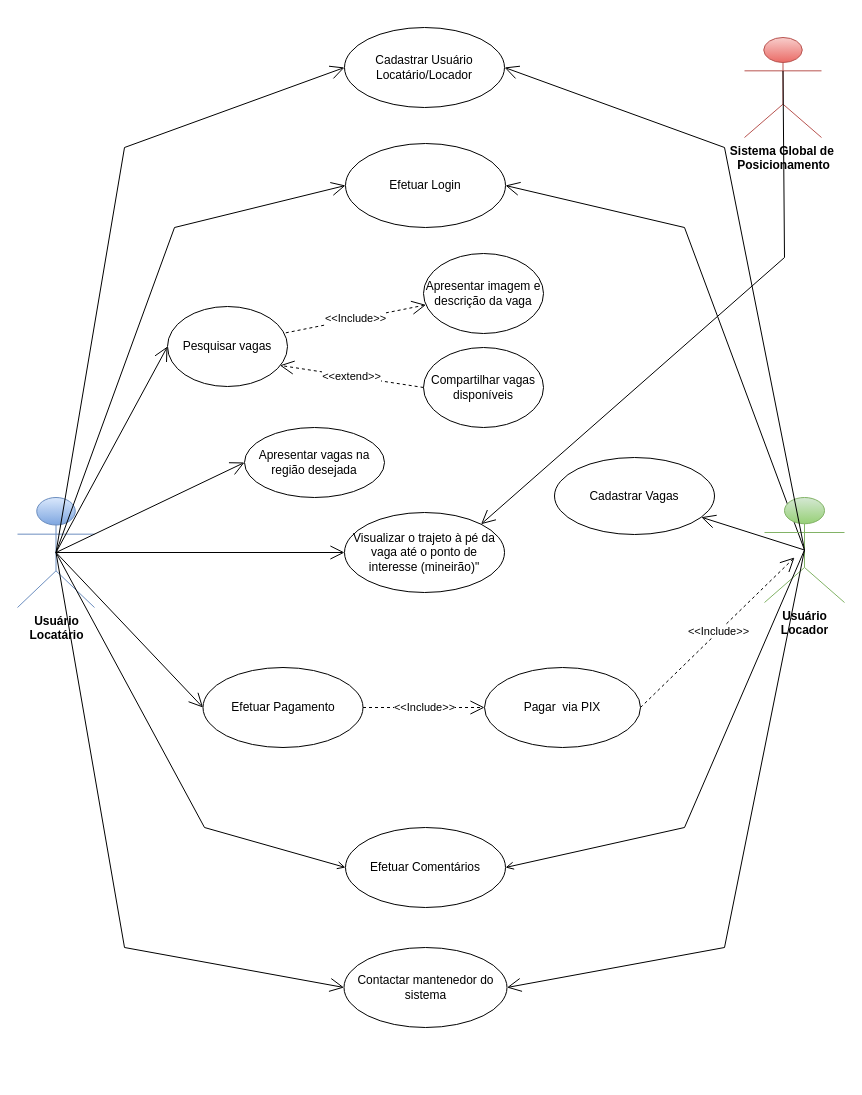
Above: docs/Diagrama/Diagrama Park4You.drawio in ICEI-PUC-Minas-PMV-ADS/pmv-ads-2023-2-e2-proj-int-t3-park4you (draw.io), before the change. Source tidied: cells renumbered, new cells numbered last; positions are measured from the earlier drawing's top-left corner, leaving out a move shared by most shapes. Both pictures are drawn from the tidied source at 100%, with x=0, y=0 at pixel (17, 27).
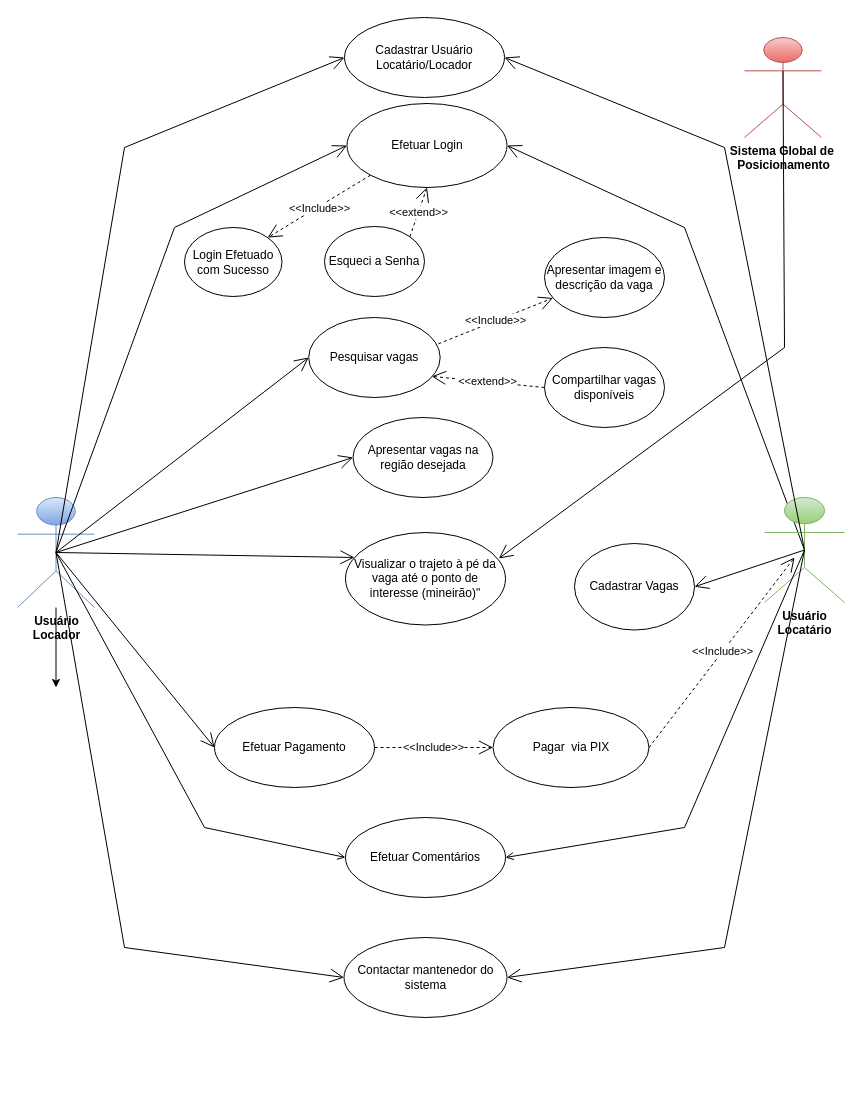
Above is the later version.

Commit message:
Updata Diagrama

The change refers to these unchanged cells:
```xml
<mxCell id="19" value="&lt;b&gt;Sistema Global de&amp;nbsp;&lt;br&gt;Posicionamento&lt;/b&gt;" style="shape=umlActor;verticalLabelPosition=bottom;verticalAlign=top;html=1;fillColor=#f8cecc;strokeColor=#b85450;gradientColor=#ea6b66;" parent="1" vertex="1">
  <mxGeometry x="727" y="10" width="77" height="100" as="geometry" />
</mxCell>
```

The edit, as a diff of the source:
```diff
@@
     <mxCell id="2" style="swimlane;startSize=0;swimlaneLine=1;opacity=0;" parent="1" vertex="1">
-      <mxGeometry x="67" width="680" height="1050" as="geometry" />
+      <mxGeometry x="67" y="-10" width="680" height="1050" as="geometry" />
     </mxCell>
     <mxCell id="3" value="Apresentar vagas na região desejada" style="ellipse;whiteSpace=wrap;html=1;" parent="2" vertex="1">
-      <mxGeometry x="160" y="400" width="140" height="70" as="geometry" />
+      <mxGeometry x="268.5" y="400" width="140" height="80" as="geometry" />
     </mxCell>
     <mxCell id="4" value="Visualizar o trajeto à pé da vaga até o ponto de interesse (mineirão)&quot;" style="ellipse;whiteSpace=wrap;html=1;" parent="2" vertex="1">
-      <mxGeometry x="260" y="485" width="160" height="80" as="geometry" />
+      <mxGeometry x="261" y="515" width="160" height="92.5" as="geometry" />
     </mxCell>
     <mxCell id="5" value="Apresentar imagem e descrição da vaga" style="ellipse;whiteSpace=wrap;html=1;" parent="2" vertex="1">
-      <mxGeometry x="339" y="226" width="120" height="80" as="geometry" />
+      <mxGeometry x="460" y="220" width="120" height="80" as="geometry" />
     </mxCell>
@@
     <mxCell id="8" value="Efetuar Pagamento" style="ellipse;whiteSpace=wrap;html=1;" parent="2" vertex="1">
-      <mxGeometry x="118.5" y="640" width="160" height="80" as="geometry" />
+      <mxGeometry x="130" y="690" width="160" height="80" as="geometry" />
     </mxCell>
     <mxCell id="9" value="Efetuar Login" style="ellipse;whiteSpace=wrap;html=1;" parent="2" vertex="1">
-      <mxGeometry x="261" y="116" width="160" height="84" as="geometry" />
+      <mxGeometry x="262.5" y="86" width="160" height="84" as="geometry" />
     </mxCell>
     <mxCell id="10" value="Compartilhar vagas disponíveis" style="ellipse;whiteSpace=wrap;html=1;" parent="2" vertex="1">
-      <mxGeometry x="339" y="320" width="120" height="80" as="geometry" />
+      <mxGeometry x="460" y="330" width="120" height="80" as="geometry" />
     </mxCell>
     <mxCell id="11" value="Cadastrar Vagas" style="ellipse;whiteSpace=wrap;html=1;" parent="2" vertex="1">
-      <mxGeometry x="470" y="430" width="160" height="77" as="geometry" />
+      <mxGeometry x="490" y="526" width="120" height="86.5" as="geometry" />
     </mxCell>
     <mxCell id="12" value="Pagar&amp;nbsp; via PIX" style="ellipse;whiteSpace=wrap;html=1;" parent="2" vertex="1">
-      <mxGeometry x="400" y="640" width="156" height="80" as="geometry" />
+      <mxGeometry x="408.5" y="690" width="156" height="80" as="geometry" />
     </mxCell>
@@
     <mxCell id="14" value="Pesquisar vagas" style="ellipse;whiteSpace=wrap;html=1;" parent="2" vertex="1">
-      <mxGeometry x="83" y="279" width="120" height="80" as="geometry" />
+      <mxGeometry x="224.2" y="300" width="131.5" height="80" as="geometry" />
     </mxCell>
@@
+    <mxCell id="36" value="Esqueci a Senha" style="ellipse;whiteSpace=wrap;html=1;" parent="2" vertex="1">
+      <mxGeometry x="240" y="209" width="100" height="70" as="geometry" />
+    </mxCell>
+    <mxCell id="37" value="Login Efetuado com Sucesso" style="ellipse;whiteSpace=wrap;html=1;" parent="2" vertex="1">
+      <mxGeometry x="100" y="210" width="97.5" height="69" as="geometry" />
+    </mxCell>
+    <mxCell id="38" value="&amp;lt;&amp;lt;Include&amp;gt;&amp;gt;" style="endArrow=open;endSize=12;dashed=1;html=1;rounded=0;entryX=1;entryY=0;entryDx=0;entryDy=0;exitX=0;exitY=1;exitDx=0;exitDy=0;" parent="2" edge="1" source="9" target="37">
+      <mxGeometry x="0.01" y="2" relative="1" as="geometry" />
+    </mxCell>
+    <mxCell id="39" value="&amp;lt;&amp;lt;extend&amp;gt;&amp;gt;" style="endArrow=open;endSize=12;dashed=1;html=1;rounded=0;exitX=1;exitY=0;exitDx=0;exitDy=0;entryX=0.5;entryY=1;entryDx=0;entryDy=0;" parent="2" edge="1" source="36" target="9">
+      <mxGeometry relative="1" as="geometry" />
+    </mxCell>
+    <mxCell id="40" style="edgeStyle=none;html=1;" parent="1" edge="1" source="18">
+      <mxGeometry relative="1" as="geometry">
+        <mxPoint x="38.5" y="660" as="targetPoint" />
+      </mxGeometry>
+    </mxCell>
-    <mxCell id="18" value="Usuário &lt;br&gt;Locatário" style="shape=umlActor;verticalLabelPosition=bottom;verticalAlign=top;html=1;outlineConnect=0;fillColor=#dae8fc;strokeColor=#6c8ebf;fontStyle=1;gradientColor=#7ea6e0;" parent="1" vertex="1">
+    <mxCell id="18" value="Usuário &lt;br&gt;Locador" style="shape=umlActor;verticalLabelPosition=bottom;verticalAlign=top;html=1;outlineConnect=0;fillColor=#dae8fc;strokeColor=#6c8ebf;fontStyle=1;gradientColor=#7ea6e0;" parent="1" vertex="1">
       <mxGeometry y="470" width="77" height="110" as="geometry" />
     </mxCell>
@@
-    <mxCell id="23" style="endArrow=open;endFill=1;endSize=12;html=1;rounded=0;exitX=0.5;exitY=0.5;exitDx=0;exitDy=0;exitPerimeter=0;" parent="1" edge="1" source="18" target="4">
+    <mxCell id="23" style="endArrow=open;endFill=1;endSize=12;html=1;rounded=0;exitX=0.5;exitY=0.5;exitDx=0;exitDy=0;exitPerimeter=0;entryX=0.056;entryY=0.27;entryDx=0;entryDy=0;entryPerimeter=0;" parent="1" edge="1" source="18" target="4">
       <mxGeometry relative="1" as="geometry" />
     </mxCell>
@@
-    <mxCell id="25" style="endArrow=open;endFill=1;endSize=12;html=1;rounded=0;entryX=1;entryY=0;entryDx=0;entryDy=0;exitX=0.5;exitY=0.334;exitDx=0;exitDy=0;exitPerimeter=0;" parent="1" edge="1" source="19" target="4">
+    <mxCell id="25" style="endArrow=open;endFill=1;endSize=12;html=1;rounded=0;entryX=0.958;entryY=0.281;entryDx=0;entryDy=0;exitX=0.5;exitY=0.334;exitDx=0;exitDy=0;exitPerimeter=0;entryPerimeter=0;" parent="1" edge="1" source="19" target="4">
       <mxGeometry relative="1" as="geometry">
         <Array as="points">
-          <mxPoint x="767" y="230" />
+          <mxPoint x="767" y="320" />
         </Array>
       </mxGeometry>
     </mxCell>
@@
-    <mxCell id="30" value="Usuário&lt;br&gt;Locador" style="shape=umlActor;verticalLabelPosition=bottom;verticalAlign=top;html=1;outlineConnect=0;fillColor=#d5e8d4;strokeColor=#82b366;fontStyle=1;gradientColor=#97d077;" parent="1" vertex="1">
+    <mxCell id="30" value="Usuário&lt;br&gt;Locatário" style="shape=umlActor;verticalLabelPosition=bottom;verticalAlign=top;html=1;outlineConnect=0;fillColor=#d5e8d4;strokeColor=#82b366;fontStyle=1;gradientColor=#97d077;" parent="1" vertex="1">
       <mxGeometry x="747" y="470" width="80" height="105" as="geometry" />
     </mxCell>
-    <mxCell id="31" style="endArrow=open;endFill=1;endSize=12;html=1;rounded=0;exitX=0.5;exitY=0.5;exitDx=0;exitDy=0;exitPerimeter=0;" parent="1" edge="1" source="30" target="11">
+    <mxCell id="31" style="endArrow=open;endFill=1;endSize=12;html=1;rounded=0;exitX=0.5;exitY=0.5;exitDx=0;exitDy=0;exitPerimeter=0;entryX=1;entryY=0.5;entryDx=0;entryDy=0;" parent="1" edge="1" source="30" target="11">
       <mxGeometry relative="1" as="geometry" />
     </mxCell>
```
